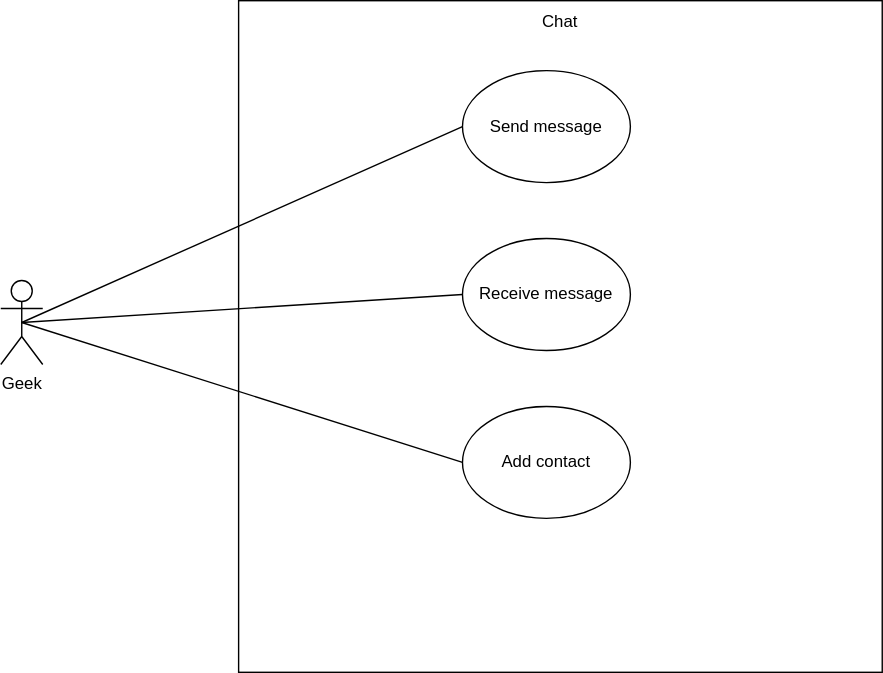
Earlier version of the draw.io export Deliverable 1/Usecase Diagrams/Chat.drawio.svg (tshegofatso-motlhakane/Geeks-Chat). Source tidied: cells renumbered, new cells last; positions are measured from the earlier drawing's top-left corner, leaving out a move shared by most shapes.
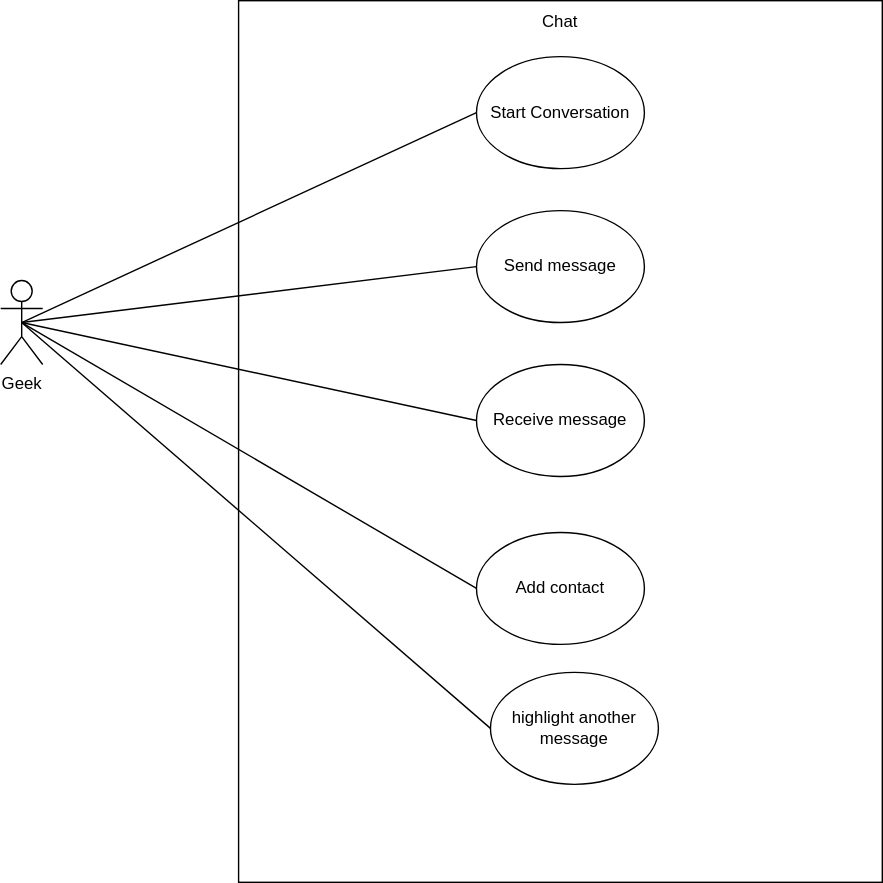
The same diagram one commit later.

Diff of the diagram source:
```diff
@@ -3,7 +3,7 @@
     <mxCell id="0" />
     <mxCell id="1" parent="0" />
     <mxCell id="2" style="rounded=0;whiteSpace=wrap;html=1;" parent="1" vertex="1">
-      <mxGeometry x="170" width="460" height="480" as="geometry" />
+      <mxGeometry x="170" width="460" height="630" as="geometry" />
     </mxCell>
     <mxCell id="3" value="Geek" style="shape=umlActor;verticalLabelPosition=bottom;verticalAlign=top;html=1;outlineConnect=0;" parent="1" vertex="1">
       <mxGeometry y="200" width="30" height="60" as="geometry" />
@@ -12,13 +12,13 @@
       <mxGeometry x="370" width="60" height="30" as="geometry" />
     </mxCell>
     <mxCell id="5" value="Send message" style="ellipse;whiteSpace=wrap;html=1;" parent="1" vertex="1">
-      <mxGeometry x="330" y="50" width="120" height="80" as="geometry" />
+      <mxGeometry x="340" y="150" width="120" height="80" as="geometry" />
     </mxCell>
     <mxCell id="6" value="Receive message" style="ellipse;whiteSpace=wrap;html=1;" parent="1" vertex="1">
-      <mxGeometry x="330" y="170" width="120" height="80" as="geometry" />
+      <mxGeometry x="340" y="260" width="120" height="80" as="geometry" />
     </mxCell>
     <mxCell id="7" value="Add contact" style="ellipse;whiteSpace=wrap;html=1;" parent="1" vertex="1">
-      <mxGeometry x="330" y="290" width="120" height="80" as="geometry" />
+      <mxGeometry x="340" y="380" width="120" height="80" as="geometry" />
     </mxCell>
     <mxCell id="8" style="endArrow=none;html=1;rounded=0;exitX=0.5;exitY=0.5;exitDx=0;exitDy=0;exitPerimeter=0;entryX=0;entryY=0.5;entryDx=0;entryDy=0;" parent="1" edge="1" source="3" target="5">
       <mxGeometry relative="1" as="geometry" />
@@ -29,5 +29,17 @@
     <mxCell id="10" style="endArrow=none;html=1;rounded=0;exitX=0.5;exitY=0.5;exitDx=0;exitDy=0;exitPerimeter=0;entryX=0;entryY=0.5;entryDx=0;entryDy=0;" parent="1" edge="1" source="3" target="7">
       <mxGeometry relative="1" as="geometry" />
     </mxCell>
+    <mxCell id="11" value="Start Conversation" style="ellipse;whiteSpace=wrap;html=1;" parent="1" vertex="1">
+      <mxGeometry x="340" y="40" width="120" height="80" as="geometry" />
+    </mxCell>
+    <mxCell id="12" style="endArrow=none;html=1;rounded=0;exitX=0.5;exitY=0.5;exitDx=0;exitDy=0;exitPerimeter=0;entryX=0;entryY=0.5;entryDx=0;entryDy=0;" parent="1" edge="1" source="3" target="11">
+      <mxGeometry relative="1" as="geometry" />
+    </mxCell>
+    <mxCell id="13" value="highlight another message" style="ellipse;whiteSpace=wrap;html=1;" parent="1" vertex="1">
+      <mxGeometry x="350" y="480" width="120" height="80" as="geometry" />
+    </mxCell>
+    <mxCell id="14" style="endArrow=none;html=1;rounded=0;exitX=0.5;exitY=0.5;exitDx=0;exitDy=0;exitPerimeter=0;entryX=0;entryY=0.5;entryDx=0;entryDy=0;" parent="1" edge="1" source="3" target="13">
+      <mxGeometry relative="1" as="geometry" />
+    </mxCell>
   </root>
 </mxGraphModel>
```
